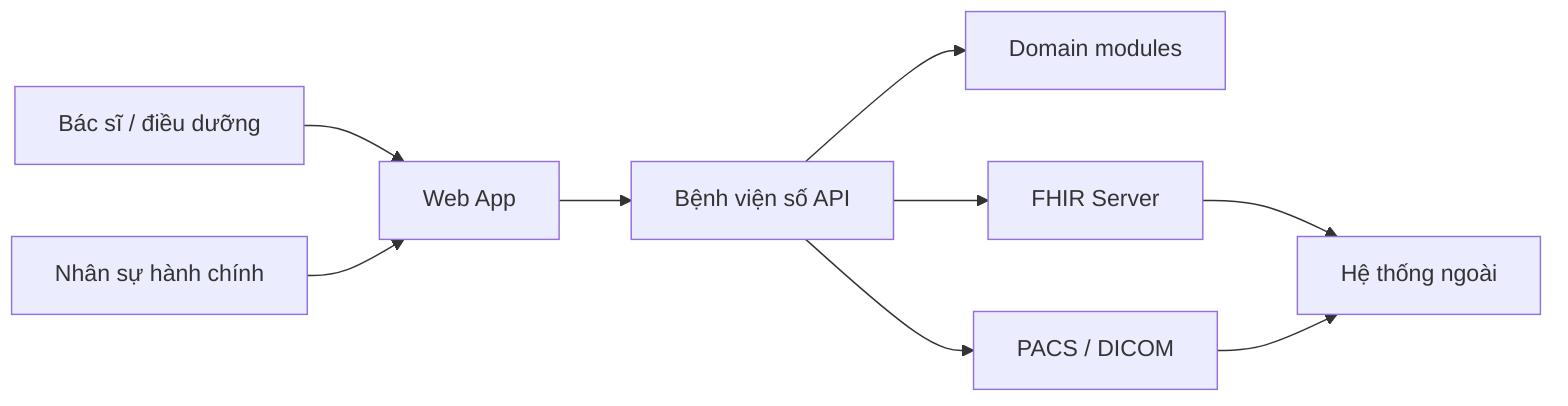
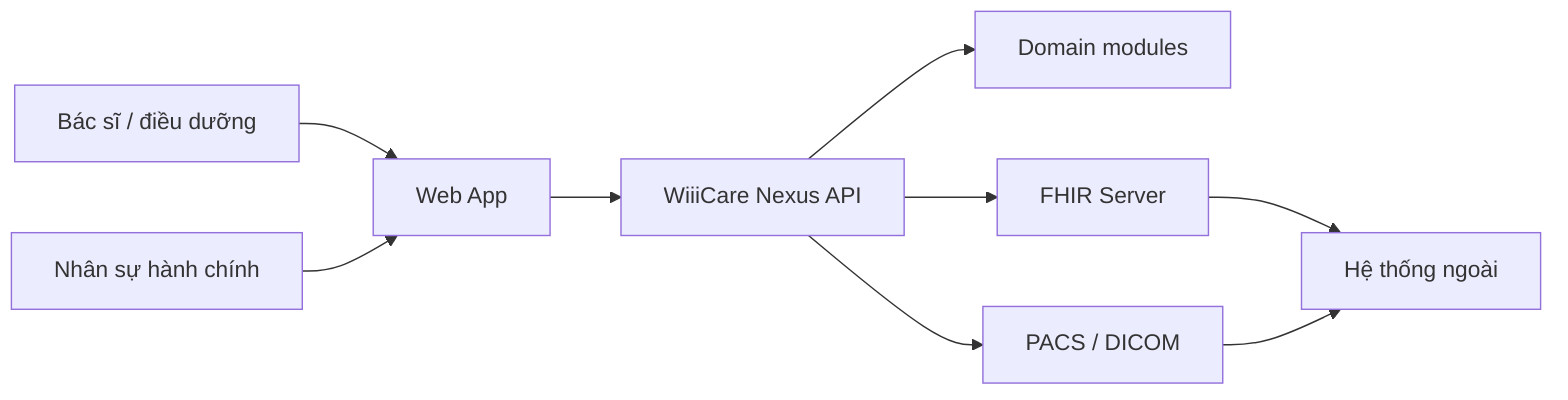
flowchart LR
  Doctor["Bác sĩ / điều dưỡng"]
  Admin["Nhân sự hành chính"]
  Web["Web App"]
-   Api["Bệnh viện số API"]
+   Api["WiiiCare Nexus API"]
  Domain["Domain modules"]
  Fhir["FHIR Server"]
  Pacs["PACS / DICOM"]
  External["Hệ thống ngoài"]

  Doctor --> Web
  Admin --> Web
  Web --> Api
  Api --> Domain
  Api --> Fhir
  Api --> Pacs
  Fhir --> External
  Pacs --> External
- 
